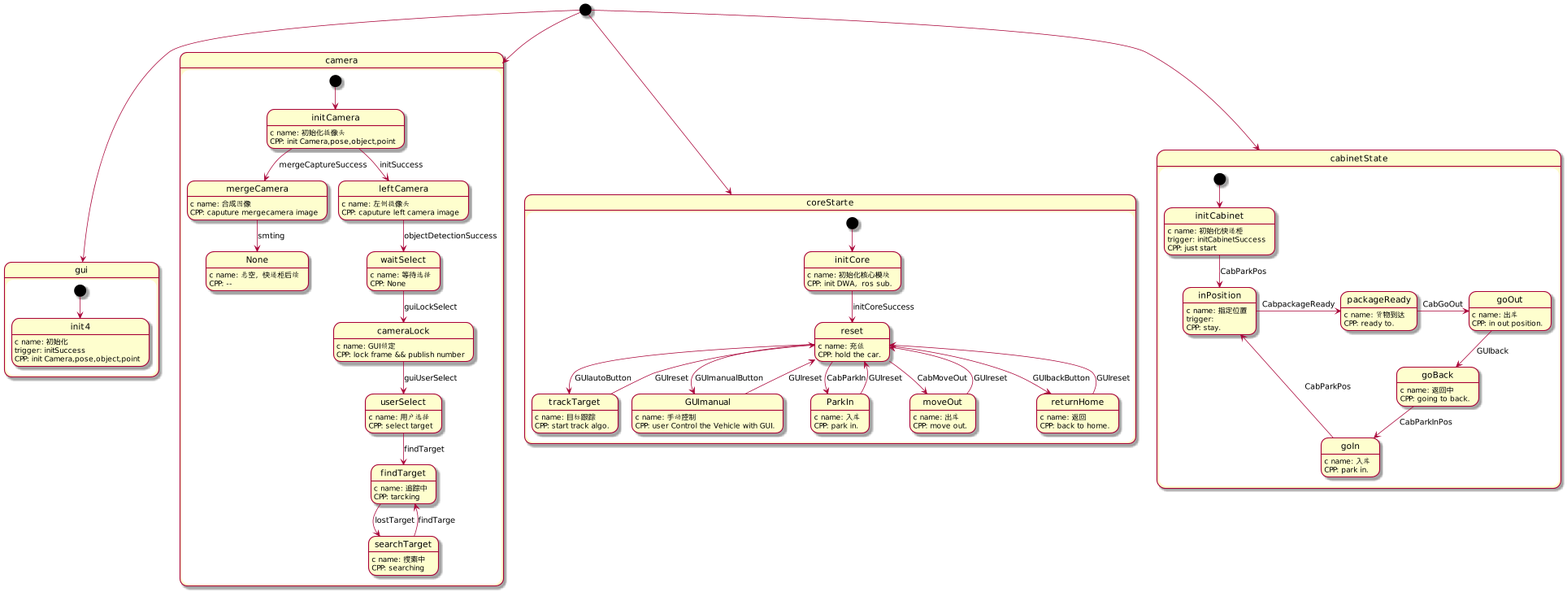
Earlier version of the PlantUML export StateMachine/sm.png (yifan-Technology/smart-car).
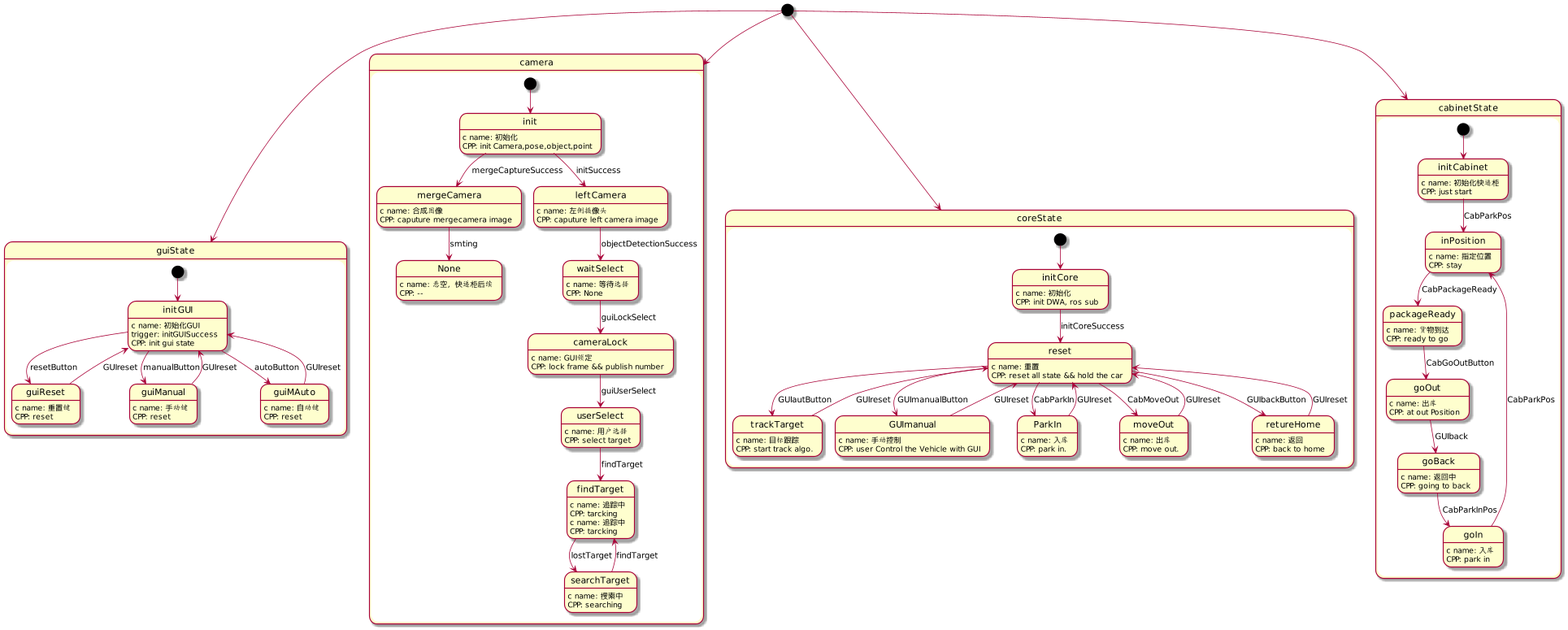
After the change.

What changed in the source:
```diff
@@ -2,25 +2,43 @@
 scale 1920 width
 
 
-[*] --> gui
+[*] --> guiState
 [*] --> camera
-[*] --> coreStarte
+[*] --> coreState
 [*] --> cabinetState
 
-state gui{
-    [*] --> init4
-    init4: c name: 初始化
-    init4 : trigger: initSuccess
-    init4 : CPP: init Camera,pose,object,point
+state guiState{
+    [*] --> initGUI
+    initGUI: c name: 初始化GUI
+    initGUI : trigger: initGUISuccess
+    initGUI : CPP: init gui state
+
+
+    initGUI --> guiReset: resetButton
+    guiReset: c name: 重置键
+    guiReset: CPP: reset
+    guiReset --> initGUI: GUIreset
+
+    initGUI --> guiManual: manualButton
+    guiManual: c name: 手动键
+    guiManual: CPP: reset
+    guiManual --> initGUI: GUIreset
+
+    initGUI --> guiMAuto: autoButton
+    guiMAuto: c name: 自动键
+    guiMAuto: CPP: reset
+    guiMAuto --> initGUI: GUIreset
+
+
 }
 
 state camera{
 
-    [*] --> initCamera
-    initCamera : c name: 初始化摄像头
-    initCamera : CPP: init Camera,pose,object,point
+    [*] --> init
+    init : c name: 初始化
+    init : CPP: init Camera,pose,object,point
 
-    initCamera --> mergeCamera : mergeCaptureSuccess
+    init --> mergeCamera : mergeCaptureSuccess
     mergeCamera: c name: 合成图像
     mergeCamera: CPP: caputure mergecamera image
 
@@ -28,10 +46,9 @@
     None: c name: 悬空，快递柜后续
     None: CPP: --
 
-    initCamera --> leftCamera : initSuccess
+    init --> leftCamera : initSuccess
     leftCamera: c name: 左侧摄像头
     leftCamera: CPP: caputure left camera image
-
 
 
     leftCamera --> waitSelect : objectDetectionSuccess
@@ -50,50 +67,50 @@
     findTarget: c name: 追踪中
     findTarget: CPP: tarcking
 
-
-    searchTarget--> findTarget: findTarge
+    searchTarget--> findTarget: findTarget
+    findTarget: c name: 追踪中
+    findTarget: CPP: tarcking
 
     findTarget--> searchTarget: lostTarget
     searchTarget: c name: 搜索中
     searchTarget: CPP: searching
 }
 
-state coreStarte{
+state coreState{
     [*] --> initCore
-    initCore : c name: 初始化核心模块
-    initCore : CPP: init DWA，ros sub.
+    initCore : c name: 初始化
+    initCore : CPP: init DWA, ros sub
 
     initCore --> reset: initCoreSuccess
-    reset : c name: 充值
-    reset : CPP: hold the car.
+    reset : c name: 重置
+    reset : CPP: reset all state && hold the car
 
-    reset --> trackTarget: GUIautoButton
+    reset --> trackTarget: GUIautButton
     trackTarget : c name: 目标跟踪
     trackTarget : CPP: start track algo.
-
+    trackTarget --> reset: GUIreset
 
     reset --> GUImanual: GUImanualButton
     GUImanual : c name: 手动控制
-    GUImanual : CPP: user Control the Vehicle with GUI.
+    GUImanual : CPP: user Control the Vehicle with GUI
+    GUImanual --> reset: GUIreset
 
     reset --> ParkIn: CabParkIn
     ParkIn : c name: 入库
     ParkIn : CPP: park in.
+    ParkIn --> reset: GUIreset
 
     reset --> moveOut: CabMoveOut
     moveOut : c name: 出库
     moveOut : CPP: move out.
+    moveOut --> reset: GUIreset
 
-    reset --> returnHome: GUIbackButton
-    returnHome : c name: 返回
-    returnHome : CPP: back to home.
+    reset --> retureHome: GUIbackButton
+    retureHome : c name: 返回
+    retureHome : CPP: back to home
+    retureHome --> reset: GUIreset
 
 
-    ParkIn --> reset: GUIreset
-    moveOut --> reset: GUIreset
-    returnHome --> reset: GUIreset
-    GUImanual --> reset: GUIreset
-    trackTarget --> reset: GUIreset
 
 }
 
@@ -101,32 +118,31 @@
 state cabinetState{
     [*] --> initCabinet
     initCabinet : c name: 初始化快递柜
-    initCabinet : trigger: initCabinetSuccess
     initCabinet : CPP: just start
 
     initCabinet --> inPosition: CabParkPos
     inPosition : c name: 指定位置
-    inPosition : trigger:
-    inPosition : CPP: stay.
+    inPosition : CPP: stay
 
-    inPosition -> packageReady: CabpackageReady
+    inPosition --> packageReady: CabPackageReady
     packageReady : c name: 货物到达
-    packageReady : CPP: ready to.
+    packageReady : CPP: ready to go
 
-    packageReady -> goOut: CabGoOut
+    packageReady --> goOut: CabGoOutButton
     goOut : c name: 出库
-    goOut : CPP: in out position.
+    goOut : CPP: at out Position
 
     goOut --> goBack: GUIback
     goBack : c name: 返回中
-    goBack : CPP: going to back.
-
+    goBack : CPP: going to back
 
     goBack --> goIn: CabParkInPos
     goIn : c name: 入库
-    goIn : CPP: park in.
+    goIn : CPP: park in
 
     goIn --> inPosition: CabParkPos
 
+
+
 }
 @enduml
```
